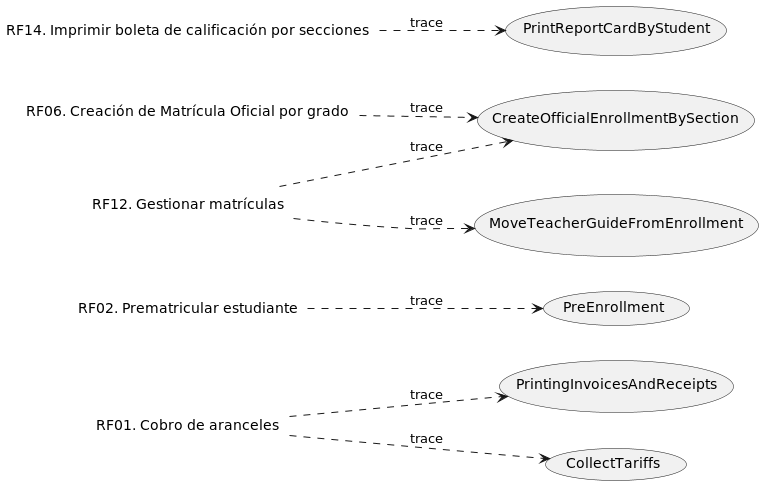
wsmcbl/wsmcbl.doc keeps this PlantUML diagram as out/UseCaseView/TRACE.Requisites-x-UseCase.png. Above is the earlier version. The source it was exported from:
```plantuml
@startuml
skinparam BackgroundColor transparent
left to right direction

label RF01 as "RF01. Cobro de aranceles"
label RF02 as "RF02. Prematricular estudiante"
label RF06 as "RF06. Creación de Matrícula Oficial por grado"
label RF12 as "RF12. Gestionar matrículas"
label RF14 as "RF14. Imprimir boleta de calificación por secciones"

usecase CU01 as "PreEnrollment"
usecase CU05 as "CreateOfficialEnrollmentBySection"
usecase CU58 as "PrintingInvoicesAndReceipts"
usecase CU29 as "PrintReportCardByStudent"
usecase CU21 as "MoveTeacherGuideFromEnrollment"
usecase CU03 as "CollectTariffs"

RF01 ..> CU03 : trace
RF01 ..> CU58 : trace
RF02 ..> CU01 : trace
RF06 ..> CU05 : trace
RF12 ..> CU05 : trace
RF12 ..> CU21 : trace
RF14 ..> CU29 : trace

@enduml
```
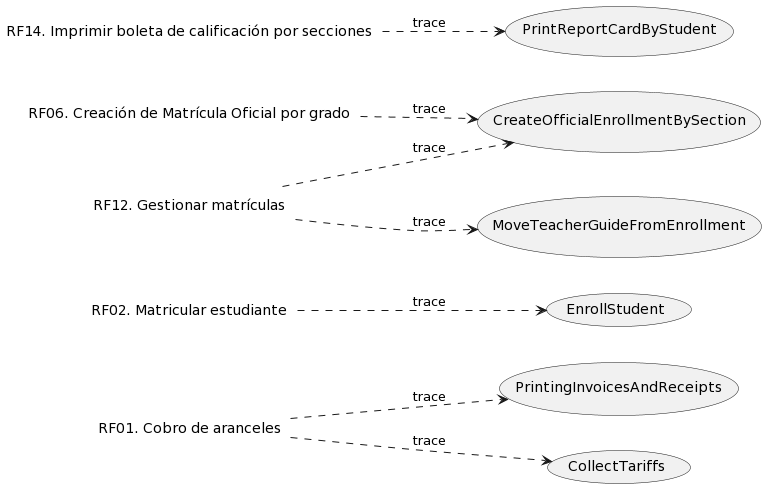
Later version of the same file.

The edit, as a diff of the source:
```diff
@@ -3,12 +3,12 @@
 left to right direction
 
 label RF01 as "RF01. Cobro de aranceles"
-label RF02 as "RF02. Prematricular estudiante"
+label RF02 as "RF02. Matricular estudiante"
 label RF06 as "RF06. Creación de Matrícula Oficial por grado"
 label RF12 as "RF12. Gestionar matrículas"
 label RF14 as "RF14. Imprimir boleta de calificación por secciones"
 
-usecase CU01 as "PreEnrollment"
+usecase CU01 as "EnrollStudent"
 usecase CU05 as "CreateOfficialEnrollmentBySection"
 usecase CU58 as "PrintingInvoicesAndReceipts"
 usecase CU29 as "PrintReportCardByStudent"
@@ -22,5 +22,4 @@
 RF12 ..> CU05 : trace
 RF12 ..> CU21 : trace
 RF14 ..> CU29 : trace
-
 @enduml
```
